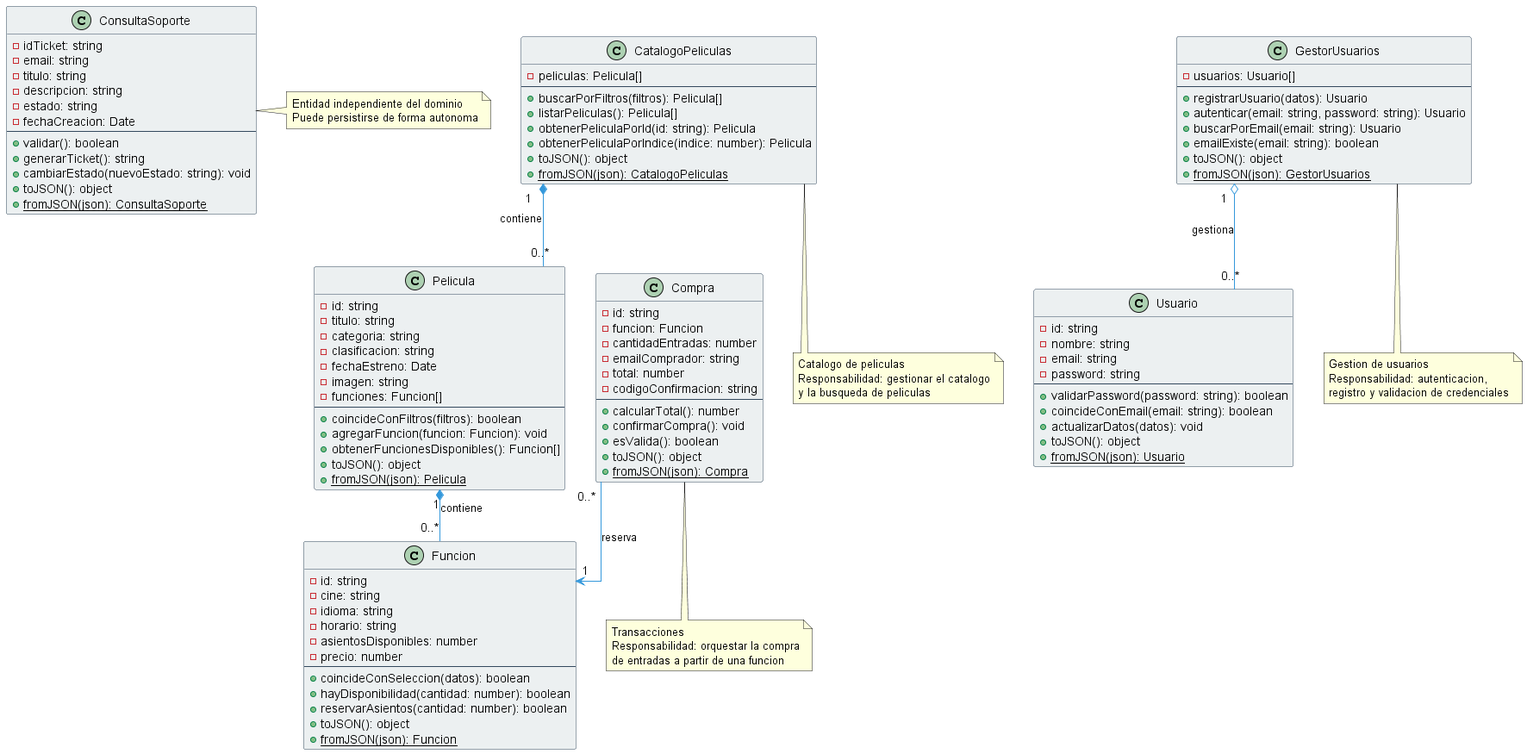
Above: docs/05-diagramas/02-diagrama-de-clases/diagrama-clases.png in hmarc953/cineglobal (PlantUML), before the change. The source it was exported from:
```plantuml
@startuml DiagramaClasesCineGlobal
!define ARROWCOLOR #3498db
!define CLASSCOLOR #ecf0f1
!define BORDERCOLOR #34495e

skinparam linetype ortho
skinparam classBackgroundColor CLASSCOLOR
skinparam classArrowColor ARROWCOLOR
skinparam classBorderColor BORDERCOLOR
skinparam classStereotypeCBackgroundColor #95a5a6
skinparam arrowLollipopColor BORDERCOLOR
skinparam backgroundColor #ffffff


class Pelicula {
  - id: string
  - titulo: string
  - categoria: string
  - clasificacion: string
  - fechaEstreno: Date
  - imagen: string
  - funciones: Funcion[]
  --
  + coincideConFiltros(filtros): boolean
  + agregarFuncion(funcion: Funcion): void
  + obtenerFuncionesDisponibles(): Funcion[]
  + toJSON(): object
  + {static} fromJSON(json): Pelicula
}

class Funcion {
  - id: string
  - cine: string
  - idioma: string
  - horario: string
  - asientosDisponibles: number
  - precio: number
  --
  + coincideConSeleccion(datos): boolean
  + hayDisponibilidad(cantidad: number): boolean
  + reservarAsientos(cantidad: number): boolean
  + toJSON(): object
  + {static} fromJSON(json): Funcion
}

class CatalogoPeliculas {
  - peliculas: Pelicula[]
  --
  + buscarPorFiltros(filtros): Pelicula[]
  + listarPeliculas(): Pelicula[]
  + obtenerPeliculaPorId(id: string): Pelicula
  + obtenerPeliculaPorIndice(indice: number): Pelicula
  + toJSON(): object
  + {static} fromJSON(json): CatalogoPeliculas
}


class Usuario {
  - id: string
  - nombre: string
  - email: string
  - password: string
  --
  + validarPassword(password: string): boolean
  + coincideConEmail(email: string): boolean
  + actualizarDatos(datos): void
  + toJSON(): object
  + {static} fromJSON(json): Usuario
}

class GestorUsuarios {
  - usuarios: Usuario[]
  --
  + registrarUsuario(datos): Usuario
  + autenticar(email: string, password: string): Usuario
  + buscarPorEmail(email: string): Usuario
  + emailExiste(email: string): boolean
  + toJSON(): object
  + {static} fromJSON(json): GestorUsuarios
}


class ConsultaSoporte {
  - idTicket: string
  - email: string
  - titulo: string
  - descripcion: string
  - estado: string
  - fechaCreacion: Date
  --
  + validar(): boolean
  + generarTicket(): string
  + cambiarEstado(nuevoEstado: string): void
  + toJSON(): object
  + {static} fromJSON(json): ConsultaSoporte
}


class Compra {
  - id: string
  - funcion: Funcion
  - cantidadEntradas: number
  - emailComprador: string
  - total: number
  - codigoConfirmacion: string
  --
  + calcularTotal(): number
  + confirmarCompra(): void
  + esValida(): boolean
  + toJSON(): object
  + {static} fromJSON(json): Compra
}


CatalogoPeliculas "1" *-- "0..*" Pelicula : contiene
Pelicula "1" *-- "0..*" Funcion : contiene
GestorUsuarios "1" o-- "0..*" Usuario : gestiona
Compra "0..*" --> "1" Funcion : reserva

note right of ConsultaSoporte
  Entidad independiente del dominio
  Puede persistirse de forma autonoma
end note


note bottom of CatalogoPeliculas
  Catalogo de peliculas
  Responsabilidad: gestionar el catalogo
  y la busqueda de peliculas
end note

note bottom of GestorUsuarios
  Gestion de usuarios
  Responsabilidad: autenticacion,
  registro y validacion de credenciales
end note

note bottom of Compra
  Transacciones
  Responsabilidad: orquestar la compra
  de entradas a partir de una funcion
end note

@enduml
```
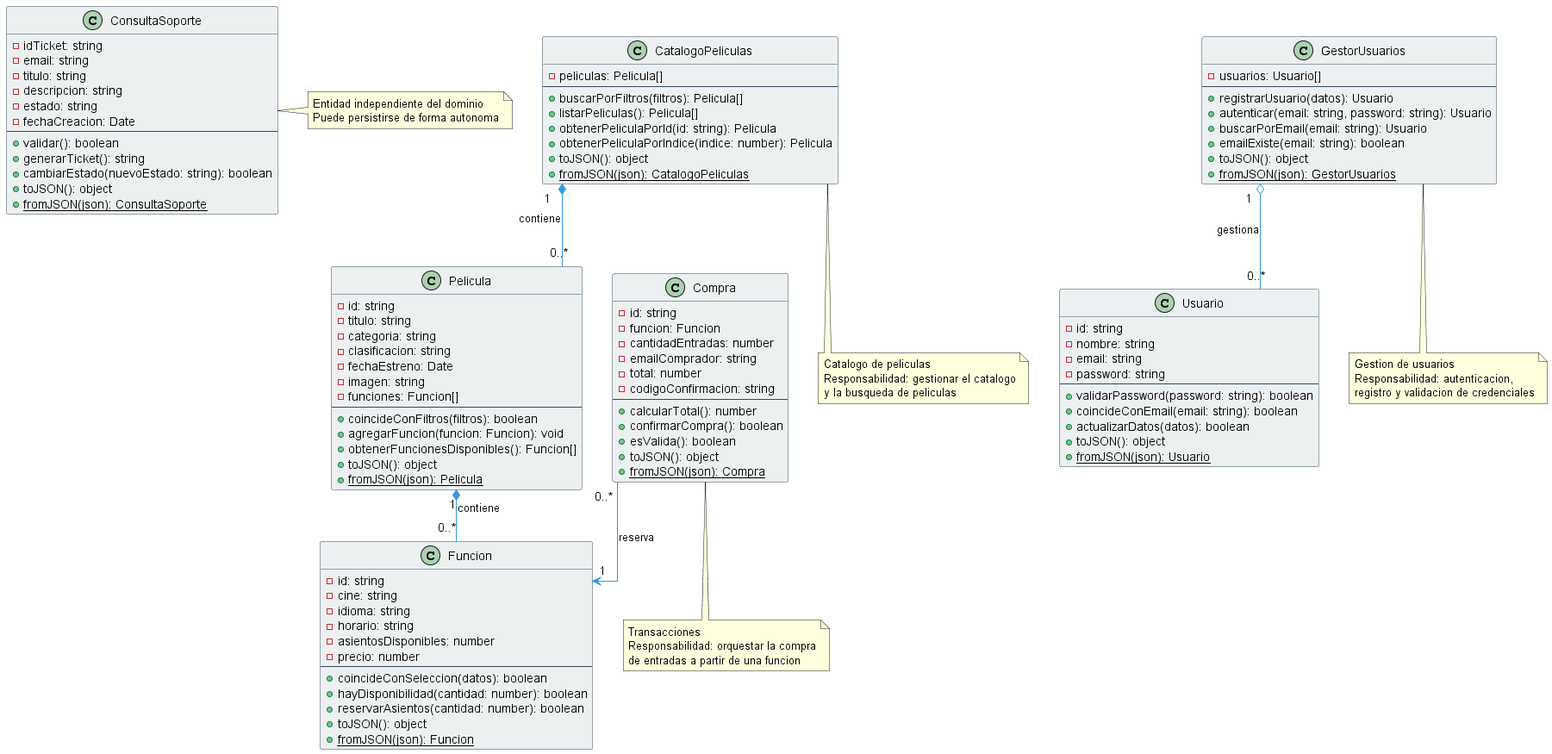
After the commit.

Commit message:
docs: actualiza diagrama y documentación de clases

The edit, as a diff of the source:
```diff
@@ -63,7 +63,7 @@
   --
   + validarPassword(password: string): boolean
   + coincideConEmail(email: string): boolean
-  + actualizarDatos(datos): void
+  + actualizarDatos(datos): boolean
   + toJSON(): object
   + {static} fromJSON(json): Usuario
 }
@@ -90,7 +90,7 @@
   --
   + validar(): boolean
   + generarTicket(): string
-  + cambiarEstado(nuevoEstado: string): void
+  + cambiarEstado(nuevoEstado: string): boolean
   + toJSON(): object
   + {static} fromJSON(json): ConsultaSoporte
 }
@@ -105,7 +105,7 @@
   - codigoConfirmacion: string
   --
   + calcularTotal(): number
-  + confirmarCompra(): void
+  + confirmarCompra(): boolean
   + esValida(): boolean
   + toJSON(): object
   + {static} fromJSON(json): Compra
```
